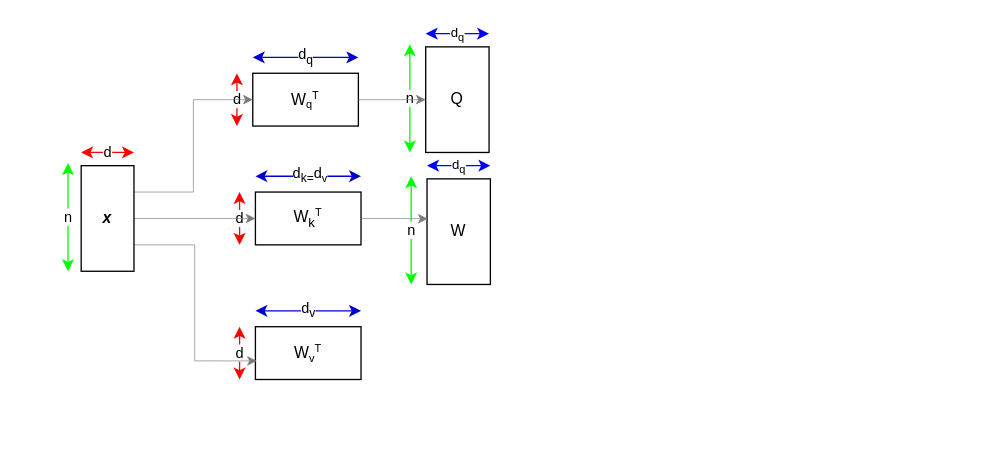
This is Self-Attention.drawio from morningkyle/githubfiles, a draw.io file, before an edit. Source tidied: cells renumbered, new cells numbered last; positions are measured from the earlier drawing's top-left corner, leaving out a move shared by most shapes. Both pictures are drawn from the tidied source at 132%, with x=0, y=0 at pixel (67, 33).
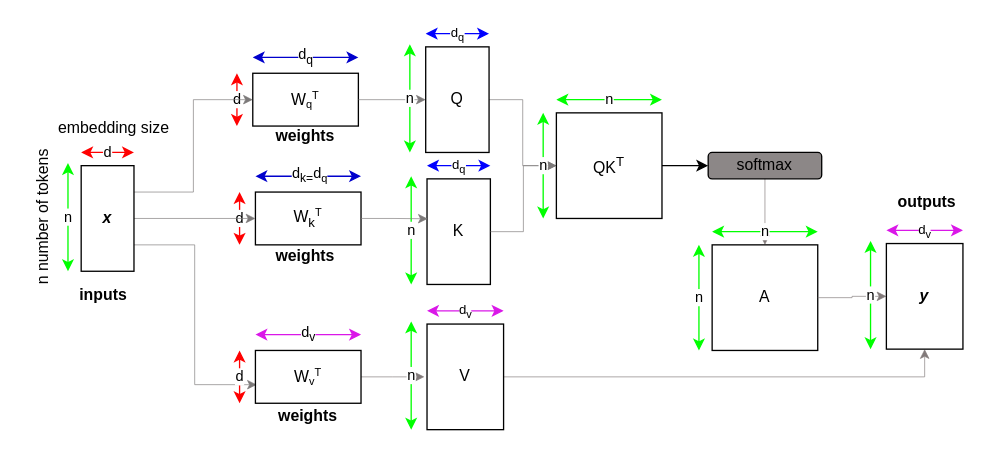
The same diagram, later.

The change refers to these unchanged cells:
```xml
<mxCell id="2" style="group;" parent="1" vertex="1">
  <mxGeometry x="128" y="18" width="92" height="52" as="geometry" />
</mxCell>
<mxCell id="10" style="group;" parent="1" vertex="1">
  <mxGeometry x="130" y="108" width="92" height="52" as="geometry" />
</mxCell>
<mxCell id="26" style="group;" parent="1" vertex="1">
  <mxGeometry x="260" y="100" width="60" height="90" as="geometry" />
</mxCell>
```

Diff of the diagram source:
```diff
@@
-    <mxCell id="3" value="W&lt;span style=&quot;font-size: 10px;&quot;&gt;&lt;sub&gt;q&lt;/sub&gt;&lt;sup&gt;T&lt;/sup&gt;&lt;/span&gt;" style="whiteSpace=wrap;html=1;" parent="2" vertex="1">
-      <mxGeometry x="12" y="12" width="80" height="40" as="geometry" />
-    </mxCell>
@@
-    <mxCell id="6" style="group;" parent="1" vertex="1">
-      <mxGeometry x="130" y="210" width="92" height="52" as="geometry" />
-    </mxCell>
-    <mxCell id="7" value="W&lt;span style=&quot;font-size: 10px;&quot;&gt;&lt;sub&gt;v&lt;/sub&gt;&lt;sup&gt;T&lt;/sup&gt;&lt;/span&gt;" style="whiteSpace=wrap;html=1;" parent="6" vertex="1">
-      <mxGeometry x="12" y="12" width="80" height="40" as="geometry" />
-    </mxCell>
-    <mxCell id="8" value="d&lt;sub&gt;v&lt;/sub&gt;" style="endArrow=classic;startArrow=classic;html=1;rounded=0;strokeColor=#0000CC;" parent="6" edge="1">
-      <mxGeometry relative="1" as="geometry">
-        <mxPoint x="12" as="sourcePoint" />
-        <mxPoint x="92" as="targetPoint" />
-      </mxGeometry>
-    </mxCell>
-    <mxCell id="9" value="d" style="endArrow=classic;startArrow=classic;html=1;rounded=0;strokeColor=#ff0000;" parent="6" edge="1">
-      <mxGeometry relative="1" as="geometry">
-        <mxPoint y="52" as="sourcePoint" />
-        <mxPoint y="12" as="targetPoint" />
-      </mxGeometry>
-    </mxCell>
+    <mxCell id="3" value="W&lt;span style=&quot;font-size: 10px;&quot;&gt;&lt;sub&gt;q&lt;/sub&gt;&lt;sup&gt;T&lt;/sup&gt;&lt;/span&gt;" style="whiteSpace=wrap;html=1;" parent="2" vertex="1">
+      <mxGeometry x="12" y="12" width="80" height="40" as="geometry" />
+    </mxCell>
@@
-    <mxCell id="11" value="W&lt;sub&gt;k&lt;/sub&gt;&lt;span style=&quot;font-size: 10px;&quot;&gt;&lt;sup&gt;T&lt;/sup&gt;&lt;/span&gt;" style="whiteSpace=wrap;html=1;" parent="10" vertex="1">
-      <mxGeometry x="12" y="12" width="80" height="40" as="geometry" />
-    </mxCell>
-    <mxCell id="12" value="d&lt;sub&gt;k=&lt;/sub&gt;d&lt;font size=&quot;1&quot;&gt;&lt;sub&gt;v&lt;/sub&gt;&lt;/font&gt;" style="endArrow=classic;startArrow=classic;html=1;rounded=0;strokeColor=#0000CC;align=right;" parent="10" edge="1">
+    <mxCell id="12" value="d&lt;sub&gt;k=&lt;/sub&gt;d&lt;font size=&quot;1&quot;&gt;&lt;sub&gt;q&lt;/sub&gt;&lt;/font&gt;" style="endArrow=classic;startArrow=classic;html=1;rounded=0;strokeColor=#0000CC;align=right;" parent="10" edge="1">
       <mxGeometry relative="1" as="geometry">
         <mxPoint x="12" as="sourcePoint" />
         <mxPoint x="92" as="targetPoint" />
         <Array as="points">
           <mxPoint x="80" />
           <mxPoint x="40" />
           <mxPoint x="70" />
         </Array>
       </mxGeometry>
     </mxCell>
@@
+    <mxCell id="11" value="W&lt;sub&gt;k&lt;/sub&gt;&lt;span style=&quot;font-size: 10px;&quot;&gt;&lt;sup&gt;T&lt;/sup&gt;&lt;/span&gt;" style="whiteSpace=wrap;html=1;" parent="10" vertex="1">
+      <mxGeometry x="12" y="12" width="80" height="40" as="geometry" />
+    </mxCell>
@@
-    <mxCell id="21" style="group;" parent="1" vertex="1">
-      <mxGeometry x="259" width="60" height="90" as="geometry" />
-    </mxCell>
-    <mxCell id="22" value="Q" style="rounded=0;whiteSpace=wrap;html=1;" parent="21" vertex="1">
-      <mxGeometry x="12" y="10" width="48" height="80" as="geometry" />
-    </mxCell>
-    <mxCell id="23" value="&lt;font size=&quot;1&quot;&gt;d&lt;sub&gt;q&lt;/sub&gt;&lt;/font&gt;" style="endArrow=classic;startArrow=classic;html=1;rounded=0;strokeColor=#0000ff;" parent="21" edge="1">
-      <mxGeometry relative="1" as="geometry">
-        <mxPoint x="12" as="sourcePoint" />
-        <mxPoint x="60" as="targetPoint" />
-      </mxGeometry>
-    </mxCell>
-    <mxCell id="24" value="n" style="endArrow=classic;startArrow=classic;html=1;rounded=0;strokeColor=#00ff00;" parent="21" edge="1">
-      <mxGeometry relative="1" as="geometry">
-        <mxPoint y="90" as="sourcePoint" />
-        <mxPoint y="8" as="targetPoint" />
-      </mxGeometry>
-    </mxCell>
@@
-    <mxCell id="27" value="W" style="rounded=0;whiteSpace=wrap;html=1;" parent="26" vertex="1">
+    <mxCell id="27" value="K" style="rounded=0;whiteSpace=wrap;html=1;" parent="26" vertex="1">
       <mxGeometry x="12" y="10" width="48" height="80" as="geometry" />
     </mxCell>
@@
+    <mxCell id="31" style="edgeStyle=orthogonalEdgeStyle;rounded=0;jettySize=auto;html=1;strokeWidth=0.5;strokeColor=#817979;" parent="1" edge="1" source="32" target="37">
+      <mxGeometry relative="1" as="geometry" />
+    </mxCell>
+    <mxCell id="32" value="softmax" style="rounded=1;whiteSpace=wrap;html=1;fillColor=#8c8787;" parent="1" vertex="1">
+      <mxGeometry x="485" y="90" width="86" height="20" as="geometry" />
+    </mxCell>
+    <mxCell id="33" style="edgeStyle=orthogonalEdgeStyle;rounded=0;jettySize=auto;html=1;exitX=1;exitY=0.5;exitDx=0;exitDy=0;strokeWidth=0.5;strokeColor=#7c7979;" parent="1" edge="1" source="22" target="47">
+      <mxGeometry relative="1" as="geometry" />
+    </mxCell>
+    <mxCell id="34" style="edgeStyle=orthogonalEdgeStyle;rounded=0;jettySize=auto;html=1;exitX=1;exitY=0.5;exitDx=0;exitDy=0;strokeWidth=0.5;strokeColor=#7c7979;" parent="1" edge="1" source="27" target="47">
+      <mxGeometry relative="1" as="geometry" />
+    </mxCell>
+    <mxCell id="35" style="endArrow=classic;html=1;rounded=0;exitX=1;exitY=0.5;exitDx=0;exitDy=0;entryX=0;entryY=0.5;entryDx=0;entryDy=0;" parent="1" edge="1" source="47" target="32">
+      <mxGeometry relative="1" as="geometry" />
+    </mxCell>
+    <mxCell id="36" style="group;" parent="1" vertex="1">
+      <mxGeometry x="478" y="150" width="90" height="90" as="geometry" />
+    </mxCell>
+    <mxCell id="37" value="A" style="whiteSpace=wrap;html=1;" parent="36" vertex="1">
+      <mxGeometry x="10" y="10" width="80" height="80" as="geometry" />
+    </mxCell>
+    <mxCell id="38" value="n" style="endArrow=classic;startArrow=classic;html=1;rounded=0;strokeColor=#00ff00;" parent="36" edge="1">
+      <mxGeometry relative="1" as="geometry">
+        <mxPoint x="10" as="sourcePoint" />
+        <mxPoint x="90" as="targetPoint" />
+      </mxGeometry>
+    </mxCell>
+    <mxCell id="39" value="n" style="endArrow=classic;startArrow=classic;html=1;rounded=0;strokeColor=#00ff00;" parent="36" edge="1">
+      <mxGeometry relative="1" as="geometry">
+        <mxPoint y="90" as="sourcePoint" />
+        <mxPoint y="10" as="targetPoint" />
+      </mxGeometry>
+    </mxCell>
+    <mxCell id="40" style="edgeStyle=orthogonalEdgeStyle;rounded=0;jettySize=auto;html=1;strokeWidth=0.5;strokeColor=#817979;exitX=1;exitY=0.5;exitDx=0;exitDy=0;" parent="1" edge="1" source="7">
+      <mxGeometry relative="1" as="geometry">
+        <mxPoint x="270" y="260" as="targetPoint" />
+      </mxGeometry>
+    </mxCell>
+    <mxCell id="41" style="edgeStyle=orthogonalEdgeStyle;rounded=0;jettySize=auto;html=1;strokeWidth=0.5;strokeColor=#817979;exitX=1;exitY=0.5;exitDx=0;exitDy=0;entryX=0;entryY=0.5;entryDx=0;entryDy=0;" parent="1" edge="1" source="37" target="53">
+      <mxGeometry relative="1" as="geometry" />
+    </mxCell>
+    <mxCell id="42" style="edgeStyle=orthogonalEdgeStyle;rounded=0;jettySize=auto;html=1;exitX=1;exitY=0.5;exitDx=0;exitDy=0;entryX=0.5;entryY=1;entryDx=0;entryDy=0;strokeWidth=0.5;strokeColor=#817979;" parent="1" edge="1" source="43" target="53">
+      <mxGeometry relative="1" as="geometry" />
+    </mxCell>
+    <mxCell id="43" value="V" style="rounded=0;whiteSpace=wrap;html=1;" parent="1" vertex="1">
+      <mxGeometry x="272" y="220" width="58" height="80" as="geometry" />
+    </mxCell>
+    <mxCell id="44" value="&lt;font size=&quot;1&quot;&gt;d&lt;sub&gt;v&lt;/sub&gt;&lt;/font&gt;" style="endArrow=classic;startArrow=classic;html=1;rounded=0;strokeColor=#da17e8;" parent="1" edge="1">
+      <mxGeometry relative="1" as="geometry">
+        <mxPoint x="272" y="210" as="sourcePoint" />
+        <mxPoint x="330" y="210" as="targetPoint" />
+      </mxGeometry>
+    </mxCell>
+    <mxCell id="45" value="n" style="endArrow=classic;startArrow=classic;html=1;rounded=0;strokeColor=#00ff00;" parent="1" edge="1">
+      <mxGeometry relative="1" as="geometry">
+        <mxPoint x="260" y="300" as="sourcePoint" />
+        <mxPoint x="260" y="218" as="targetPoint" />
+      </mxGeometry>
+    </mxCell>
+    <mxCell id="21" style="group;" parent="1" vertex="1">
+      <mxGeometry x="259" width="60" height="90" as="geometry" />
+    </mxCell>
+    <mxCell id="23" value="&lt;font size=&quot;1&quot;&gt;d&lt;sub&gt;q&lt;/sub&gt;&lt;/font&gt;" style="endArrow=classic;startArrow=classic;html=1;rounded=0;strokeColor=#0000ff;" parent="21" edge="1">
+      <mxGeometry relative="1" as="geometry">
+        <mxPoint x="12" as="sourcePoint" />
+        <mxPoint x="60" as="targetPoint" />
+      </mxGeometry>
+    </mxCell>
+    <mxCell id="22" value="Q" style="rounded=0;whiteSpace=wrap;html=1;" parent="21" vertex="1">
+      <mxGeometry x="12" y="10" width="48" height="80" as="geometry" />
+    </mxCell>
+    <mxCell id="24" value="n" style="endArrow=classic;startArrow=classic;html=1;rounded=0;strokeColor=#00ff00;" parent="21" edge="1">
+      <mxGeometry relative="1" as="geometry">
+        <mxPoint y="90" as="sourcePoint" />
+        <mxPoint y="8" as="targetPoint" />
+      </mxGeometry>
+    </mxCell>
+    <mxCell id="46" style="group;" parent="1" vertex="1">
+      <mxGeometry x="360" y="50" width="90" height="90" as="geometry" />
+    </mxCell>
+    <mxCell id="47" value="QK&lt;sup&gt;T&lt;/sup&gt;" style="whiteSpace=wrap;html=1;" parent="46" vertex="1">
+      <mxGeometry x="10" y="10" width="80" height="80" as="geometry" />
+    </mxCell>
+    <mxCell id="48" value="n" style="endArrow=classic;startArrow=classic;html=1;rounded=0;strokeColor=#00ff00;" parent="46" edge="1">
+      <mxGeometry relative="1" as="geometry">
+        <mxPoint x="10" as="sourcePoint" />
+        <mxPoint x="90" as="targetPoint" />
+      </mxGeometry>
+    </mxCell>
+    <mxCell id="49" value="n" style="endArrow=classic;startArrow=classic;html=1;rounded=0;strokeColor=#00ff00;" parent="46" edge="1">
+      <mxGeometry relative="1" as="geometry">
+        <mxPoint y="90" as="sourcePoint" />
+        <mxPoint y="10" as="targetPoint" />
+      </mxGeometry>
+    </mxCell>
+    <mxCell id="8" value="d&lt;sub&gt;v&lt;/sub&gt;" style="endArrow=classic;startArrow=classic;html=1;rounded=0;strokeColor=#da17e8;" parent="1" edge="1">
+      <mxGeometry relative="1" as="geometry">
+        <mxPoint x="142" y="228" as="sourcePoint" />
+        <mxPoint x="222" y="228" as="targetPoint" />
+      </mxGeometry>
+    </mxCell>
+    <mxCell id="9" value="d" style="endArrow=classic;startArrow=classic;html=1;rounded=0;strokeColor=#ff0000;" parent="1" edge="1">
+      <mxGeometry relative="1" as="geometry">
+        <mxPoint x="130" y="280" as="sourcePoint" />
+        <mxPoint x="130" y="240" as="targetPoint" />
+      </mxGeometry>
+    </mxCell>
+    <mxCell id="7" value="W&lt;span style=&quot;font-size: 10px;&quot;&gt;&lt;sub&gt;v&lt;/sub&gt;&lt;sup&gt;T&lt;/sup&gt;&lt;/span&gt;" style="whiteSpace=wrap;html=1;" parent="1" vertex="1">
+      <mxGeometry x="142" y="240" width="80" height="40" as="geometry" />
+    </mxCell>
+    <mxCell id="50" style="group;" parent="1" vertex="1">
+      <mxGeometry x="608" y="149" width="70" height="90" as="geometry" />
+    </mxCell>
+    <mxCell id="51" value="&lt;font size=&quot;1&quot;&gt;d&lt;sub&gt;v&lt;/sub&gt;&lt;/font&gt;" style="endArrow=classic;startArrow=classic;html=1;rounded=0;strokeColor=#da17e8;" parent="50" edge="1">
+      <mxGeometry relative="1" as="geometry">
+        <mxPoint x="12" as="sourcePoint" />
+        <mxPoint x="70" as="targetPoint" />
+        <Array as="points">
+          <mxPoint x="33" />
+        </Array>
+      </mxGeometry>
+    </mxCell>
+    <mxCell id="52" value="n" style="endArrow=classic;startArrow=classic;html=1;rounded=0;strokeColor=#00ff00;" parent="50" edge="1">
+      <mxGeometry relative="1" as="geometry">
+        <mxPoint y="90" as="sourcePoint" />
+        <mxPoint y="8" as="targetPoint" />
+      </mxGeometry>
+    </mxCell>
+    <mxCell id="53" value="&lt;b&gt;&lt;i&gt;y&lt;/i&gt;&lt;/b&gt;" style="rounded=0;whiteSpace=wrap;html=1;" parent="50" vertex="1">
+      <mxGeometry x="12" y="10" width="58" height="80" as="geometry" />
+    </mxCell>
+    <mxCell id="54" value="&lt;font style=&quot;font-size: 12px;&quot;&gt;n number of tokens&lt;/font&gt;" style="text;strokeColor=none;align=center;fillColor=none;html=1;verticalAlign=middle;whiteSpace=wrap;rounded=0;rotation=-90;" parent="1" vertex="1">
+      <mxGeometry x="-84" y="124" width="130" height="30" as="geometry" />
+    </mxCell>
+    <mxCell id="55" value="&lt;font style=&quot;font-size: 12px;&quot;&gt;embedding size&lt;/font&gt;" style="text;strokeColor=none;align=center;fillColor=none;html=1;verticalAlign=middle;whiteSpace=wrap;rounded=0;" parent="1" vertex="1">
+      <mxGeometry x="-30" y="57" width="130" height="30" as="geometry" />
+    </mxCell>
+    <mxCell id="56" value="&lt;font style=&quot;font-size: 12px;&quot;&gt;&lt;b&gt;inputs&lt;/b&gt;&lt;/font&gt;" style="text;strokeColor=none;align=center;fillColor=none;html=1;verticalAlign=middle;whiteSpace=wrap;rounded=0;" parent="1" vertex="1">
+      <mxGeometry x="-13" y="183" width="80" height="30" as="geometry" />
+    </mxCell>
+    <mxCell id="57" value="&lt;font style=&quot;font-size: 12px;&quot;&gt;&lt;b&gt;outputs&lt;/b&gt;&lt;/font&gt;" style="text;strokeColor=none;align=center;fillColor=none;html=1;verticalAlign=middle;whiteSpace=wrap;rounded=0;" parent="1" vertex="1">
+      <mxGeometry x="611" y="113" width="80" height="30" as="geometry" />
+    </mxCell>
+    <mxCell id="58" value="&lt;font style=&quot;font-size: 12px;&quot;&gt;&lt;b&gt;weights&lt;/b&gt;&lt;/font&gt;" style="text;strokeColor=none;align=center;fillColor=none;html=1;verticalAlign=middle;whiteSpace=wrap;rounded=0;" parent="1" vertex="1">
+      <mxGeometry x="140" y="63" width="80" height="30" as="geometry" />
+    </mxCell>
+    <mxCell id="59" value="&lt;font style=&quot;font-size: 12px;&quot;&gt;&lt;b&gt;weights&lt;/b&gt;&lt;/font&gt;" style="text;strokeColor=none;align=center;fillColor=none;html=1;verticalAlign=middle;whiteSpace=wrap;rounded=0;" parent="1" vertex="1">
+      <mxGeometry x="140" y="154" width="80" height="30" as="geometry" />
+    </mxCell>
+    <mxCell id="60" value="&lt;font style=&quot;font-size: 12px;&quot;&gt;&lt;b&gt;weights&lt;/b&gt;&lt;/font&gt;" style="text;strokeColor=none;align=center;fillColor=none;html=1;verticalAlign=middle;whiteSpace=wrap;rounded=0;" parent="1" vertex="1">
+      <mxGeometry x="142" y="275" width="80" height="30" as="geometry" />
+    </mxCell>
```
